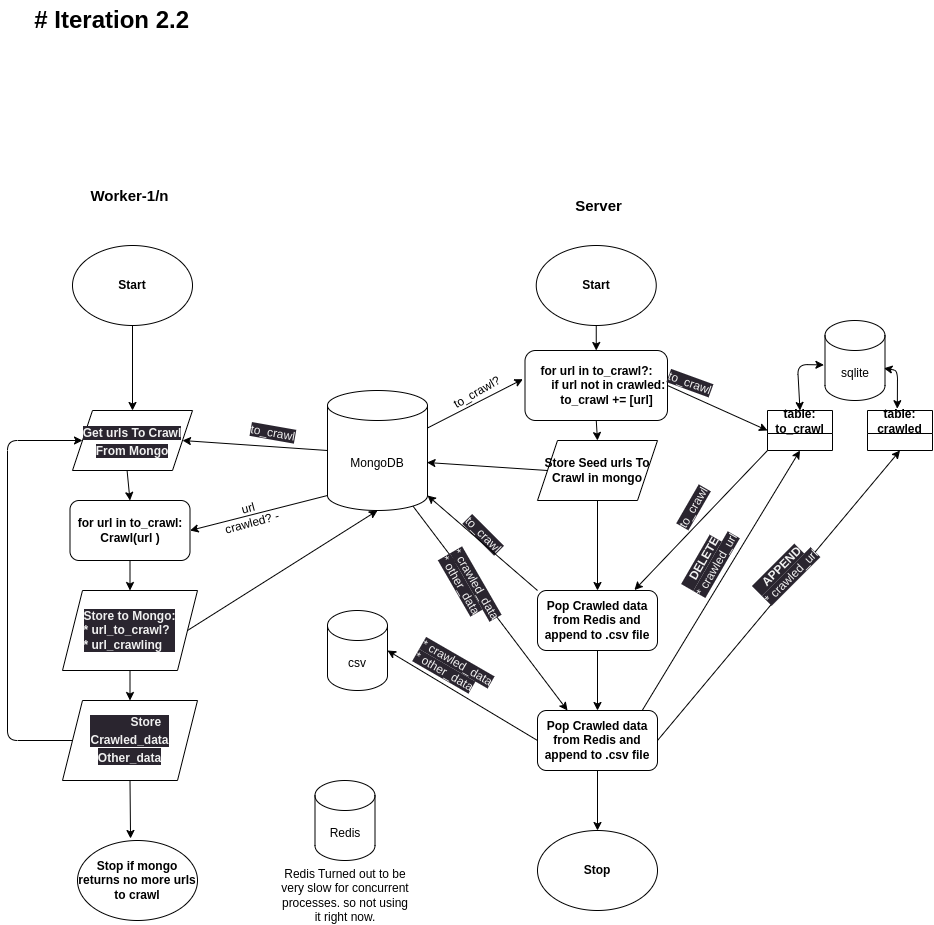
Above: server/workflow.png in Aananda-giri/scrapy_engine (draw.io), before the change. Source tidied: cells renumbered, new cells last; positions are measured from the earlier drawing's top-left corner, leaving out a move shared by most shapes.
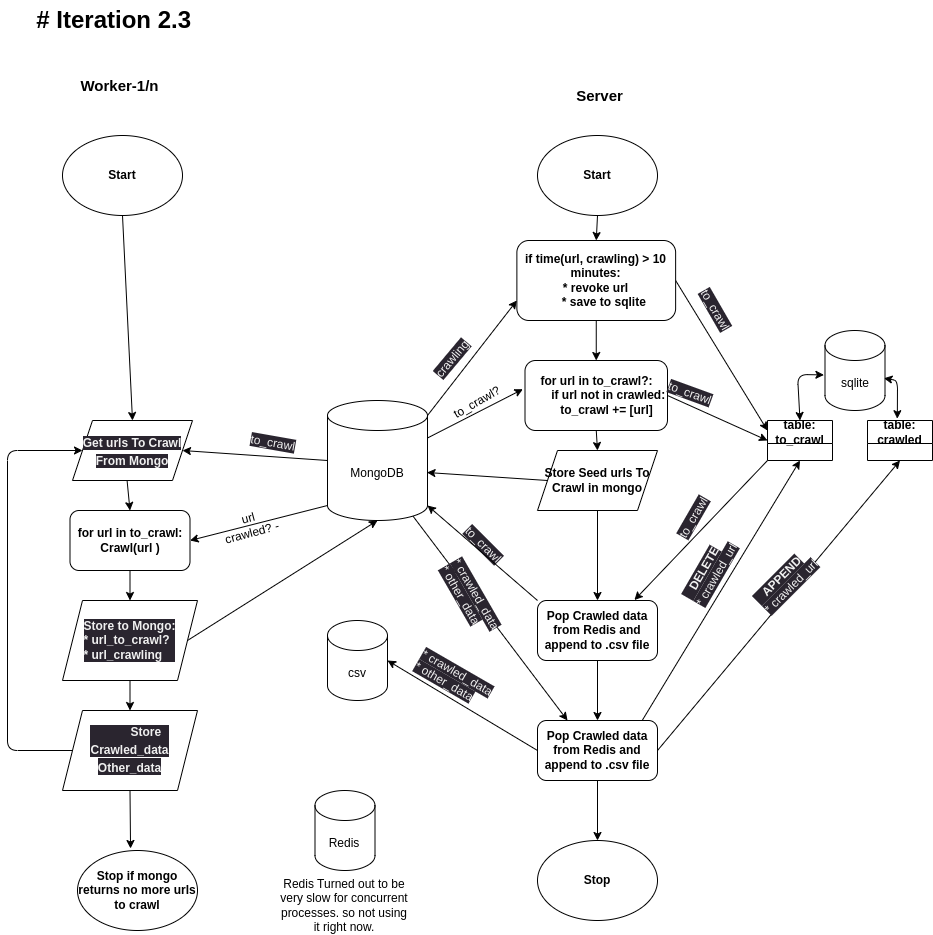
After the commit.

Diff of the diagram source:
```diff
@@ -6,7 +6,7 @@
       <mxGeometry relative="1" as="geometry" />
     </mxCell>
     <mxCell id="3" value="Start" style="ellipse;whiteSpace=wrap;html=1;fontStyle=1;" parent="1" vertex="1">
-      <mxGeometry x="65" y="245" width="120" height="80" as="geometry" />
+      <mxGeometry x="55" y="125" width="120" height="80" as="geometry" />
     </mxCell>
     <mxCell id="4" style="edgeStyle=none;html=1;exitX=0.5;exitY=1;exitDx=0;exitDy=0;entryX=0.5;entryY=0;entryDx=0;entryDy=0;" parent="1" edge="1" source="33" target="32">
       <mxGeometry relative="1" as="geometry" />
@@ -26,11 +26,11 @@
     <mxCell id="9" style="edgeStyle=none;html=1;exitX=0.454;exitY=0.983;exitDx=0;exitDy=0;entryX=0.5;entryY=0;entryDx=0;entryDy=0;fontStyle=1;exitPerimeter=0;" parent="1" edge="1" source="34" target="7">
       <mxGeometry relative="1" as="geometry" />
     </mxCell>
-    <mxCell id="10" style="edgeStyle=none;html=1;exitX=0.5;exitY=1;exitDx=0;exitDy=0;entryX=0.5;entryY=0;entryDx=0;entryDy=0;" parent="1" edge="1" source="11" target="55">
-      <mxGeometry relative="1" as="geometry" />
-    </mxCell>
+    <mxCell id="59" style="edgeStyle=none;html=1;exitX=0.5;exitY=1;exitDx=0;exitDy=0;entryX=0.5;entryY=0;entryDx=0;entryDy=0;" parent="1" edge="1" source="11" target="63">
+      <mxGeometry relative="1" as="geometry" />
+    </mxCell>
     <mxCell id="11" value="Start" style="ellipse;whiteSpace=wrap;html=1;fontStyle=1;" parent="1" vertex="1">
-      <mxGeometry x="528.8" y="245" width="120" height="80" as="geometry" />
+      <mxGeometry x="530" y="125" width="120" height="80" as="geometry" />
     </mxCell>
     <mxCell id="12" style="edgeStyle=none;html=1;exitX=0.5;exitY=1;exitDx=0;exitDy=0;entryX=0.5;entryY=0;entryDx=0;entryDy=0;fontStyle=1;" parent="1" edge="1" source="16" target="17">
       <mxGeometry relative="1" as="geometry" />
@@ -74,6 +74,9 @@
     <mxCell id="25" style="edgeStyle=none;html=1;exitX=0;exitY=1;exitDx=0;exitDy=-15;exitPerimeter=0;entryX=1;entryY=0.5;entryDx=0;entryDy=0;" parent="1" edge="1" source="26" target="7">
       <mxGeometry relative="1" as="geometry" />
     </mxCell>
+    <mxCell id="60" style="edgeStyle=none;html=1;exitX=1;exitY=0;exitDx=0;exitDy=15;exitPerimeter=0;entryX=0;entryY=0.75;entryDx=0;entryDy=0;" parent="1" edge="1" source="26" target="63">
+      <mxGeometry relative="1" as="geometry" />
+    </mxCell>
     <mxCell id="26" value="MongoDB" style="shape=cylinder3;whiteSpace=wrap;html=1;boundedLbl=1;backgroundOutline=1;size=15;" parent="1" vertex="1">
       <mxGeometry x="320" y="390" width="100" height="120" as="geometry" />
     </mxCell>
@@ -92,10 +95,10 @@
       <mxGeometry x="212.5" y="500" width="60" height="30" as="geometry" />
     </mxCell>
     <mxCell id="30" value="&lt;b&gt;&lt;font style=&quot;font-size: 15px;&quot;&gt;Worker-1/n&lt;/font&gt;&lt;/b&gt;" style="text;html=1;strokeColor=none;fillColor=none;align=center;verticalAlign=middle;whiteSpace=wrap;rounded=0;" parent="1" vertex="1">
-      <mxGeometry x="81.2" y="180" width="82.5" height="30" as="geometry" />
+      <mxGeometry x="71.2" y="60" width="82.5" height="30" as="geometry" />
     </mxCell>
     <mxCell id="31" value="&lt;b&gt;&lt;font style=&quot;font-size: 15px;&quot;&gt;Server&lt;/font&gt;&lt;/b&gt;" style="text;html=1;strokeColor=none;fillColor=none;align=center;verticalAlign=middle;whiteSpace=wrap;rounded=0;" parent="1" vertex="1">
-      <mxGeometry x="550" y="190" width="82.5" height="30" as="geometry" />
+      <mxGeometry x="551.2" y="70" width="82.5" height="30" as="geometry" />
     </mxCell>
     <mxCell id="32" value="&lt;div style=&quot;border-color: rgb(0, 0, 0); color: rgb(240, 240, 240); font-family: Helvetica; font-size: 12px; font-style: normal; font-variant-ligatures: normal; font-variant-caps: normal; font-weight: 700; letter-spacing: normal; orphans: 2; text-indent: 0px; text-transform: none; widows: 2; word-spacing: 0px; -webkit-text-stroke-width: 0px; background-color: rgb(42, 37, 47); text-decoration-thickness: initial; text-decoration-style: initial; text-decoration-color: initial; text-align: left;&quot;&gt;&lt;span style=&quot;border-color: rgb(0, 0, 0); background-color: initial;&quot;&gt;&amp;nbsp; &amp;nbsp; &amp;nbsp; &amp;nbsp; &amp;nbsp; &amp;nbsp; Store&amp;nbsp;&lt;/span&gt;&lt;/div&gt;&lt;span style=&quot;border-color: rgb(0, 0, 0); color: rgb(240, 240, 240); font-family: Helvetica; font-style: normal; font-variant-ligatures: normal; font-variant-caps: normal; letter-spacing: normal; orphans: 2; text-indent: 0px; text-transform: none; widows: 2; word-spacing: 0px; -webkit-text-stroke-width: 0px; background-color: rgb(42, 37, 47); text-decoration-thickness: initial; text-decoration-style: initial; text-decoration-color: initial; text-align: left;&quot;&gt;&lt;span style=&quot;font-size: 12px;&quot;&gt;&lt;b&gt;Crawled_data&lt;/b&gt;&lt;/span&gt;&lt;br&gt;&lt;span style=&quot;font-size: 12px;&quot;&gt;&lt;b&gt;Other_data&lt;br&gt;&lt;/b&gt;&lt;/span&gt;&lt;/span&gt;" style="shape=parallelogram;perimeter=parallelogramPerimeter;whiteSpace=wrap;html=1;fixedSize=1;fontSize=15;" parent="1" vertex="1">
       <mxGeometry x="55" y="700" width="135" height="80" as="geometry" />
@@ -109,8 +112,8 @@
     <mxCell id="35" value="Redis Turned out to be very slow for concurrent processes. so not using it right now." style="text;html=1;strokeColor=none;fillColor=none;align=center;verticalAlign=middle;whiteSpace=wrap;rounded=0;rotation=0;" parent="1" vertex="1">
       <mxGeometry x="272.5" y="870" width="130" height="50" as="geometry" />
     </mxCell>
-    <mxCell id="36" value="# Iteration 2.2" style="text;strokeColor=none;fillColor=none;html=1;fontSize=24;fontStyle=1;verticalAlign=middle;align=right;" parent="1" vertex="1">
-      <mxGeometry x="32.5" width="150" height="40" as="geometry" />
+    <mxCell id="36" value="# Iteration 2.3" style="text;strokeColor=none;fillColor=none;html=1;fontSize=24;fontStyle=1;verticalAlign=middle;align=right;" parent="1" vertex="1">
+      <mxGeometry x="35" y="-10" width="150" height="40" as="geometry" />
     </mxCell>
     <mxCell id="37" value="sqlite" style="shape=cylinder3;whiteSpace=wrap;html=1;boundedLbl=1;backgroundOutline=1;size=15;" parent="1" vertex="1">
       <mxGeometry x="817.5" y="320" width="60" height="80" as="geometry" />
@@ -186,5 +189,20 @@
     <mxCell id="58" value="&lt;span style=&quot;color: rgb(240, 240, 240); font-family: Helvetica; font-size: 12px; font-style: normal; font-variant-ligatures: normal; font-variant-caps: normal; font-weight: 400; letter-spacing: normal; orphans: 2; text-align: center; text-indent: 0px; text-transform: none; widows: 2; word-spacing: 0px; -webkit-text-stroke-width: 0px; background-color: rgb(42, 37, 47); text-decoration-thickness: initial; text-decoration-style: initial; text-decoration-color: initial; float: none; display: inline !important;&quot;&gt;to_crawl&lt;/span&gt;" style="text;whiteSpace=wrap;html=1;rotation=20;" parent="1" vertex="1">
       <mxGeometry x="660" y="370" width="50" height="20" as="geometry" />
     </mxCell>
+    <mxCell id="61" style="edgeStyle=none;html=1;exitX=0.5;exitY=1;exitDx=0;exitDy=0;entryX=0.5;entryY=0;entryDx=0;entryDy=0;" parent="1" edge="1" source="63" target="55">
+      <mxGeometry relative="1" as="geometry" />
+    </mxCell>
+    <mxCell id="62" style="edgeStyle=none;html=1;exitX=1;exitY=0.5;exitDx=0;exitDy=0;entryX=0;entryY=0.25;entryDx=0;entryDy=0;" parent="1" edge="1" source="63" target="41">
+      <mxGeometry relative="1" as="geometry" />
+    </mxCell>
+    <mxCell id="63" value="if time(url, crawling) &amp;gt; 10 minutes:&lt;br&gt;* revoke url&lt;br&gt;&amp;nbsp; &amp;nbsp; &amp;nbsp;* save to sqlite&lt;br&gt;" style="rounded=1;whiteSpace=wrap;html=1;fontStyle=1;" parent="1" vertex="1">
+      <mxGeometry x="509.4" y="230" width="158.8" height="80" as="geometry" />
+    </mxCell>
+    <mxCell id="64" value="&lt;span style=&quot;color: rgb(240, 240, 240); font-family: Helvetica; font-size: 12px; font-style: normal; font-variant-ligatures: normal; font-variant-caps: normal; font-weight: 400; letter-spacing: normal; orphans: 2; text-align: center; text-indent: 0px; text-transform: none; widows: 2; word-spacing: 0px; -webkit-text-stroke-width: 0px; background-color: rgb(42, 37, 47); text-decoration-thickness: initial; text-decoration-style: initial; text-decoration-color: initial; float: none; display: inline !important;&quot;&gt;crawling&lt;/span&gt;" style="text;whiteSpace=wrap;html=1;rotation=-50;" parent="1" vertex="1">
+      <mxGeometry x="420" y="330" width="60" height="30" as="geometry" />
+    </mxCell>
+    <mxCell id="65" value="&lt;span style=&quot;color: rgb(240, 240, 240); font-family: Helvetica; font-size: 12px; font-style: normal; font-variant-ligatures: normal; font-variant-caps: normal; font-weight: 400; letter-spacing: normal; orphans: 2; text-align: center; text-indent: 0px; text-transform: none; widows: 2; word-spacing: 0px; -webkit-text-stroke-width: 0px; background-color: rgb(42, 37, 47); text-decoration-thickness: initial; text-decoration-style: initial; text-decoration-color: initial; float: none; display: inline !important;&quot;&gt;to_crawl&lt;br&gt;&lt;br&gt;&lt;/span&gt;" style="text;whiteSpace=wrap;html=1;rotation=60;" parent="1" vertex="1">
+      <mxGeometry x="680" y="290" width="60" height="30" as="geometry" />
+    </mxCell>
   </root>
 </mxGraphModel>
```
